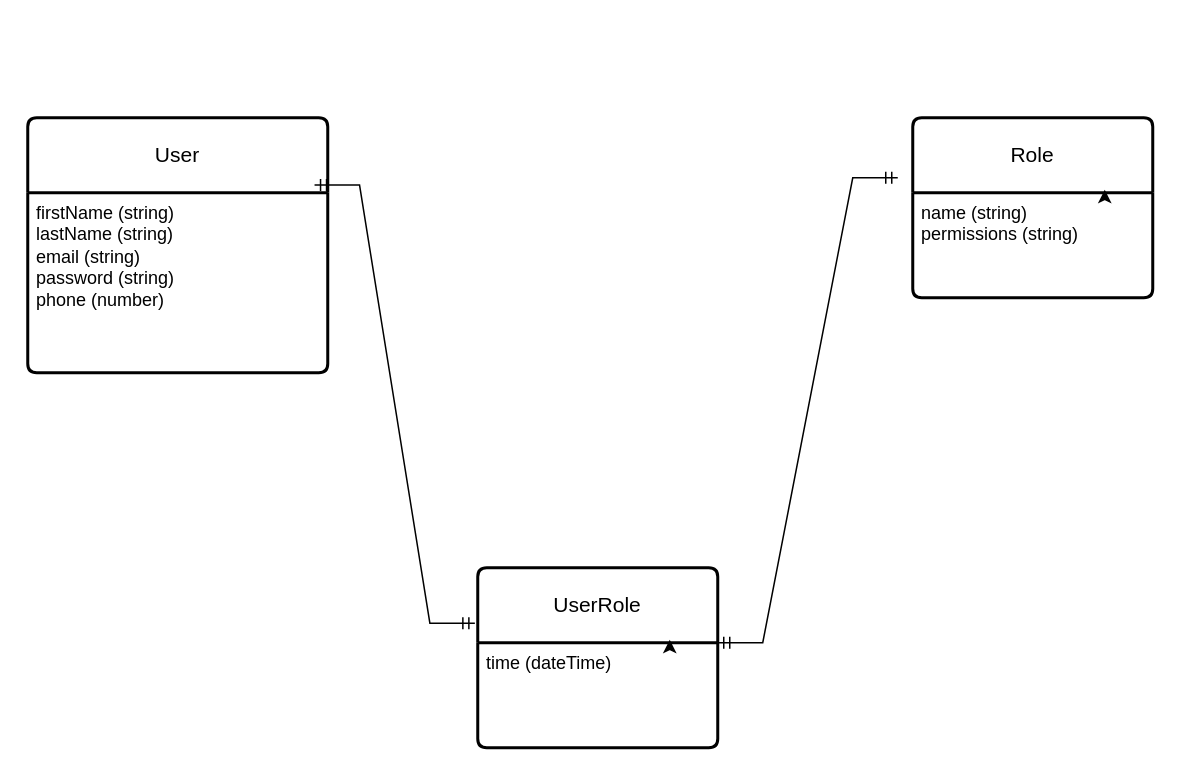
Before: src/main/resources/logicalmodel.drawio in jiakevin/secureinvoice, a draw.io diagram. Source tidied: cells renumbered, new cells numbered last; positions are measured from the earlier drawing's top-left corner, leaving out a move shared by most shapes. Both pictures are drawn from the tidied source at 150%, with x=0, y=0 at pixel (27, 117).
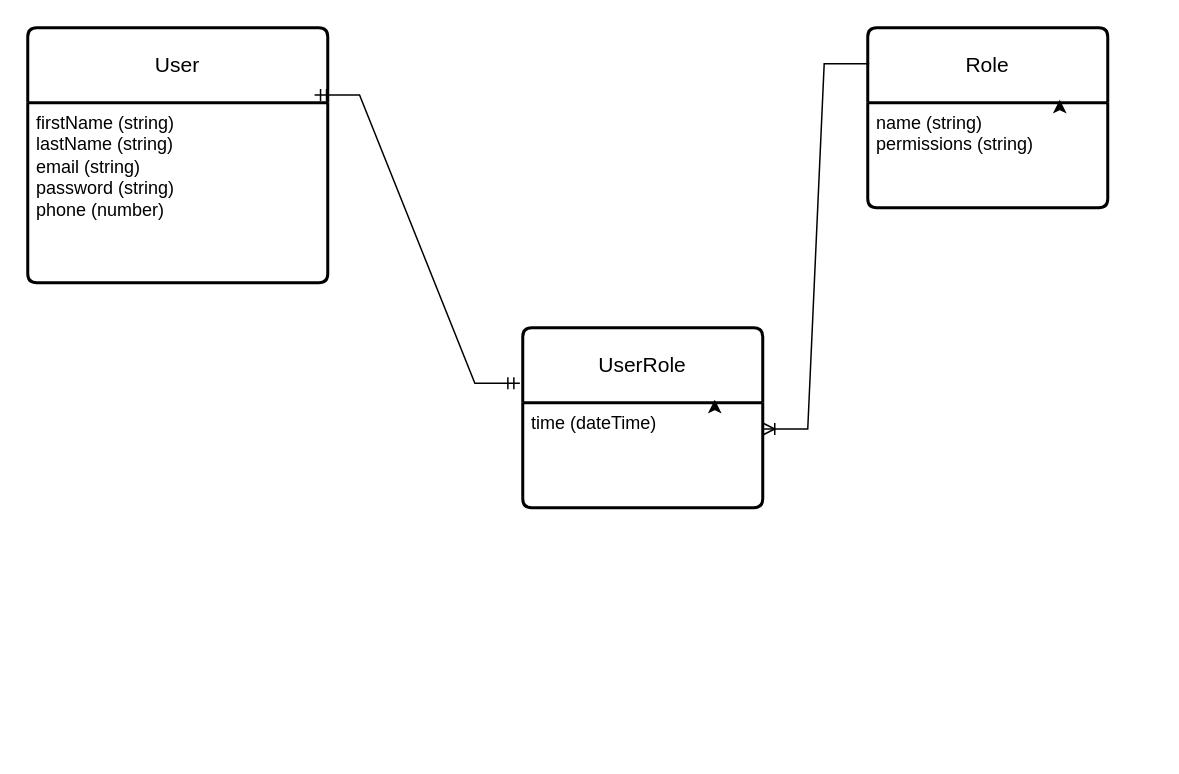
After the change.

Change to the diagram source:
```diff
@@
 <mxGraphModel>
   <root>
     <mxCell id="0" />
     <mxCell id="1" parent="0" />
     <mxCell id="2" value="User&lt;br&gt;" style="swimlane;horizontal=1;startSize=50;rounded=1;fontSize=14;fontStyle=0;strokeWidth=2;shadow=0;dashed=0;align=center;arcSize=4;whiteSpace=wrap;html=1;" parent="1" vertex="1">
-      <mxGeometry width="200" height="170" as="geometry" />
+      <mxGeometry y="-60" width="200" height="170" as="geometry" />
     </mxCell>
     <mxCell id="3" value="firstName (string)&lt;br&gt;lastName (string)&lt;br&gt;email (string)&lt;br&gt;password (string)&lt;br&gt;phone (number)&lt;br&gt;" style="align=left;strokeColor=none;fillColor=none;spacingLeft=4;fontSize=12;verticalAlign=top;html=1;" parent="2" vertex="1">
       <mxGeometry y="50" width="200" height="120" as="geometry" />
     </mxCell>
     <mxCell id="4" value="Role" style="swimlane;horizontal=1;startSize=50;rounded=1;fontSize=14;fontStyle=0;strokeWidth=2;shadow=0;dashed=0;align=center;arcSize=4;whiteSpace=wrap;html=1;" parent="1" vertex="1">
-      <mxGeometry x="590" width="160" height="120" as="geometry" />
+      <mxGeometry x="560" y="-60" width="160" height="120" as="geometry" />
     </mxCell>
     <mxCell id="5" value="name (string)&lt;br&gt;permissions (string)" style="align=left;strokeColor=none;fillColor=none;spacingLeft=4;fontSize=12;verticalAlign=top;html=1;" parent="4" vertex="1">
       <mxGeometry y="50" width="160" height="70" as="geometry" />
     </mxCell>
     <mxCell id="6" style="edgeStyle=orthogonalEdgeStyle;rounded=0;orthogonalLoop=1;jettySize=auto;html=1;exitX=0.75;exitY=0;exitDx=0;exitDy=0;entryX=0.8;entryY=-0.029;entryDx=0;entryDy=0;entryPerimeter=0;" parent="4" edge="1" source="5" target="5">
       <mxGeometry relative="1" as="geometry" />
     </mxCell>
     <mxCell id="7" style="edgeStyle=entityRelationEdgeStyle;fontSize=12;html=1;endArrow=ERmandOne;startArrow=ERmandOne;rounded=0;exitX=0.956;exitY=-0.043;exitDx=0;exitDy=0;exitPerimeter=0;entryX=-0.012;entryY=0.308;entryDx=0;entryDy=0;entryPerimeter=0;" parent="1" edge="1" source="3" target="8">
       <mxGeometry relative="1" as="geometry" />
     </mxCell>
     <mxCell id="8" value="UserRole" style="swimlane;horizontal=1;startSize=50;rounded=1;fontSize=14;fontStyle=0;strokeWidth=2;shadow=0;dashed=0;align=center;arcSize=4;whiteSpace=wrap;html=1;" parent="1" vertex="1">
-      <mxGeometry x="300" y="300" width="160" height="120" as="geometry" />
+      <mxGeometry x="330" y="140" width="160" height="120" as="geometry" />
     </mxCell>
     <mxCell id="9" value="time (dateTime)" style="align=left;strokeColor=none;fillColor=none;spacingLeft=4;fontSize=12;verticalAlign=top;html=1;" parent="8" vertex="1">
       <mxGeometry y="50" width="160" height="70" as="geometry" />
     </mxCell>
     <mxCell id="10" style="edgeStyle=orthogonalEdgeStyle;rounded=0;orthogonalLoop=1;jettySize=auto;html=1;exitX=0.75;exitY=0;exitDx=0;exitDy=0;entryX=0.8;entryY=-0.029;entryDx=0;entryDy=0;entryPerimeter=0;" parent="8" edge="1" source="9" target="9">
       <mxGeometry relative="1" as="geometry" />
     </mxCell>
-    <mxCell id="11" style="edgeStyle=entityRelationEdgeStyle;fontSize=12;html=1;endArrow=ERmandOne;startArrow=ERmandOne;rounded=0;exitX=1;exitY=0;exitDx=0;exitDy=0;" parent="1" edge="1" source="9">
-      <mxGeometry relative="1" as="geometry">
-        <mxPoint x="580" y="40" as="targetPoint" />
-      </mxGeometry>
-    </mxCell>
+    <mxCell id="12" style="edgeStyle=entityRelationEdgeStyle;fontSize=12;html=1;endArrow=ERoneToMany;rounded=0;entryX=1;entryY=0.25;entryDx=0;entryDy=0;exitX=0.006;exitY=0.2;exitDx=0;exitDy=0;exitPerimeter=0;" parent="1" edge="1" source="4" target="9">
+      <mxGeometry relative="1" as="geometry" />
+    </mxCell>
   </root>
 </mxGraphModel>
```
